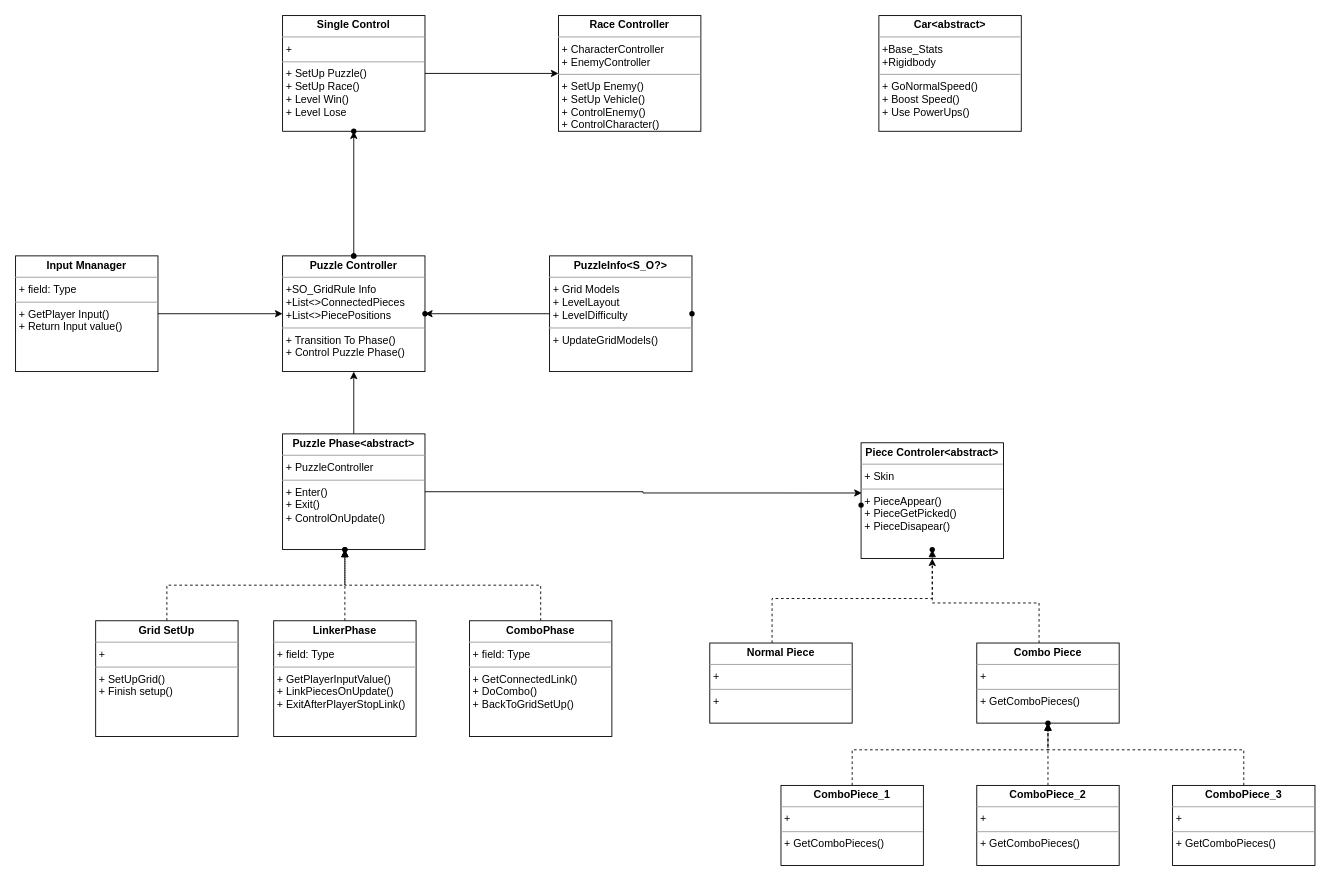
This is Car_Puzzle_Chart.drawio from tranduy1995/CodeChart, a draw.io file, before an edit. Source tidied: cells renumbered, new cells numbered last; positions are measured from the earlier drawing's top-left corner, leaving out a move shared by most shapes. Both pictures are drawn from the tidied source at 89%, with x=0, y=0 at pixel (15, 15).
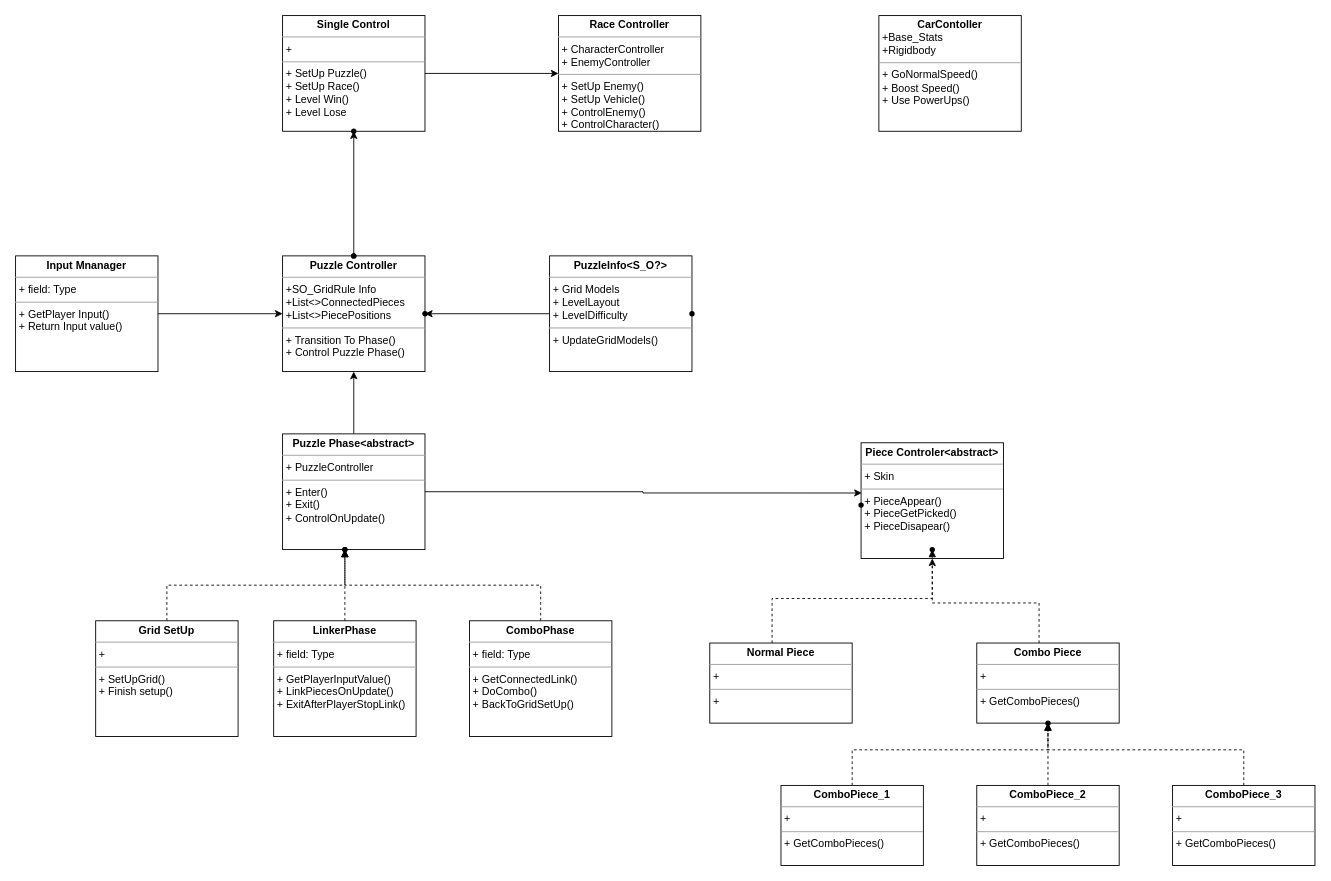
The same diagram, later.

Change to the diagram source:
```diff
@@
-    <mxCell id="37" value="&lt;p style=&quot;margin:0px;margin-top:4px;text-align:center;&quot;&gt;&lt;b&gt;Car&amp;lt;abstract&amp;gt;&lt;/b&gt;&lt;/p&gt;&lt;hr size=&quot;1&quot;&gt;&lt;p style=&quot;margin:0px;margin-left:4px;&quot;&gt;+Base_Stats&lt;/p&gt;&lt;p style=&quot;margin:0px;margin-left:4px;&quot;&gt;+Rigidbody&lt;/p&gt;&lt;hr size=&quot;1&quot;&gt;&lt;p style=&quot;margin:0px;margin-left:4px;&quot;&gt;+ GoNormalSpeed()&lt;/p&gt;&lt;p style=&quot;margin:0px;margin-left:4px;&quot;&gt;+ Boost Speed()&lt;/p&gt;&lt;p style=&quot;margin:0px;margin-left:4px;&quot;&gt;+ Use PowerUps()&lt;/p&gt;&lt;p style=&quot;margin:0px;margin-left:4px;&quot;&gt;&lt;br&gt;&lt;/p&gt;&lt;p style=&quot;margin:0px;margin-left:4px;&quot;&gt;&lt;br&gt;&lt;/p&gt;" style="verticalAlign=top;align=left;overflow=fill;fontSize=12;fontFamily=Helvetica;html=1;whiteSpace=wrap;" parent="1" vertex="1">
+    <mxCell id="37" value="&lt;p style=&quot;margin:0px;margin-top:4px;text-align:center;&quot;&gt;&lt;b&gt;CarContoller&lt;/b&gt;&lt;/p&gt;&lt;p style=&quot;margin:0px;margin-left:4px;&quot;&gt;+Base_Stats&lt;/p&gt;&lt;p style=&quot;margin:0px;margin-left:4px;&quot;&gt;+Rigidbody&lt;/p&gt;&lt;hr size=&quot;1&quot;&gt;&lt;p style=&quot;margin:0px;margin-left:4px;&quot;&gt;+ GoNormalSpeed()&lt;/p&gt;&lt;p style=&quot;margin:0px;margin-left:4px;&quot;&gt;+ Boost Speed()&lt;/p&gt;&lt;p style=&quot;margin:0px;margin-left:4px;&quot;&gt;+ Use PowerUps()&lt;/p&gt;&lt;p style=&quot;margin:0px;margin-left:4px;&quot;&gt;&lt;br&gt;&lt;/p&gt;&lt;p style=&quot;margin:0px;margin-left:4px;&quot;&gt;&lt;br&gt;&lt;/p&gt;" style="verticalAlign=top;align=left;overflow=fill;fontSize=12;fontFamily=Helvetica;html=1;whiteSpace=wrap;" parent="1" vertex="1">
       <mxGeometry x="970" width="160" height="130" as="geometry" />
     </mxCell>
```
